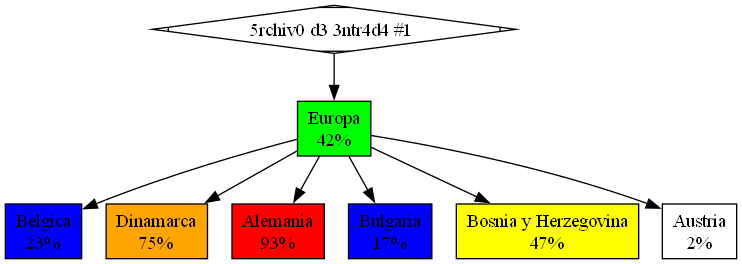
Earlier version of the Graphviz export grafica.png (DavidVelasquez77/-LFP-2S24Proyectos_202307705). Its source is kept beside it as grafica.dot.
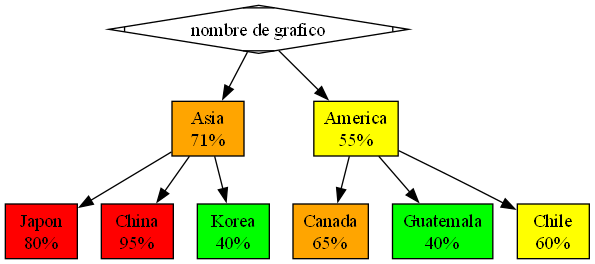
The same file after the commit.

What changed in the source:
```diff
@@ -14,4 +14,28 @@
     "Austria"[style=filled, shape=box, label="Austria\n2%", fillcolor=white];
     "Europa" -> "Austria";
     "Europa"[style=filled, shape=box, label="Europa\n42%", fillcolor=green];
+ "5rchiv0 d3 3ntr4d4 #1 " -> "Asia";
+    "Armenia"[style=filled, shape=box, label="Armenia\n15%", fillcolor=white];
+    "Asia" -> "Armenia";
+    "China"[style=filled, shape=box, label="China\n28%", fillcolor=blue];
+    "Asia" -> "China";
+    "Camboya"[style=filled, shape=box, label="Camboya\n2%", fillcolor=white];
+    "Asia" -> "Camboya";
+    "Corea del Sur"[style=filled, shape=box, label="Corea del Sur\n76%", fillcolor=red];
+    "Asia" -> "Corea del Sur";
+    "Chipre"[style=filled, shape=box, label="Chipre\n56%", fillcolor=yellow];
+    "Asia" -> "Chipre";
+    "Asia"[style=filled, shape=box, label="Asia\n35%", fillcolor=green];
+ "5rchiv0 d3 3ntr4d4 #1 " -> "Oceania";
+    "Islas Salomon"[style=filled, shape=box, label="Islas Salomon\n89%", fillcolor=red];
+    "Oceania" -> "Islas Salomon";
+    "Indonesia"[style=filled, shape=box, label="Indonesia\n50%", fillcolor=yellow];
+    "Oceania" -> "Indonesia";
+    "Islas Marshall"[style=filled, shape=box, label="Islas Marshall\n33%", fillcolor=green];
+    "Oceania" -> "Islas Marshall";
+    "Nauru"[style=filled, shape=box, label="Nauru\n66%", fillcolor=orange];
+    "Oceania" -> "Nauru";
+    "Kiribati"[style=filled, shape=box, label="Kiribati\n25%", fillcolor=blue];
+    "Oceania" -> "Kiribati";
+    "Oceania"[style=filled, shape=box, label="Oceania\n52%", fillcolor=yellow];
 }
```
